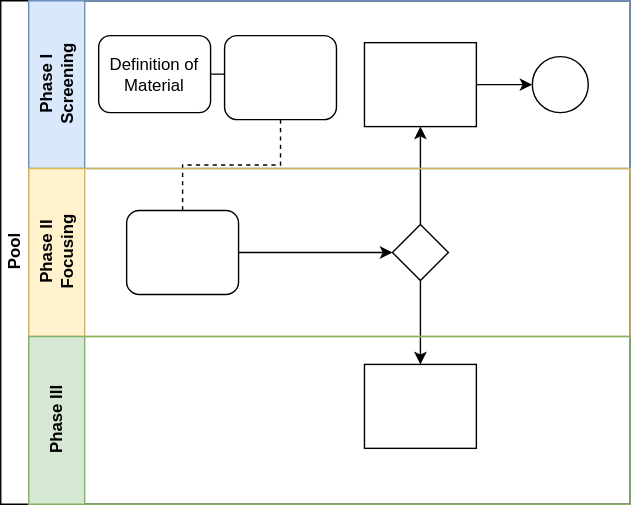
Before: Metodologies/Methodology-Univigo.svg, a diagram exported from draw.io (fabbiocrux/Figures). Source tidied: cells renumbered, new cells last; positions are measured from the earlier drawing's top-left corner, leaving out a move shared by most shapes.
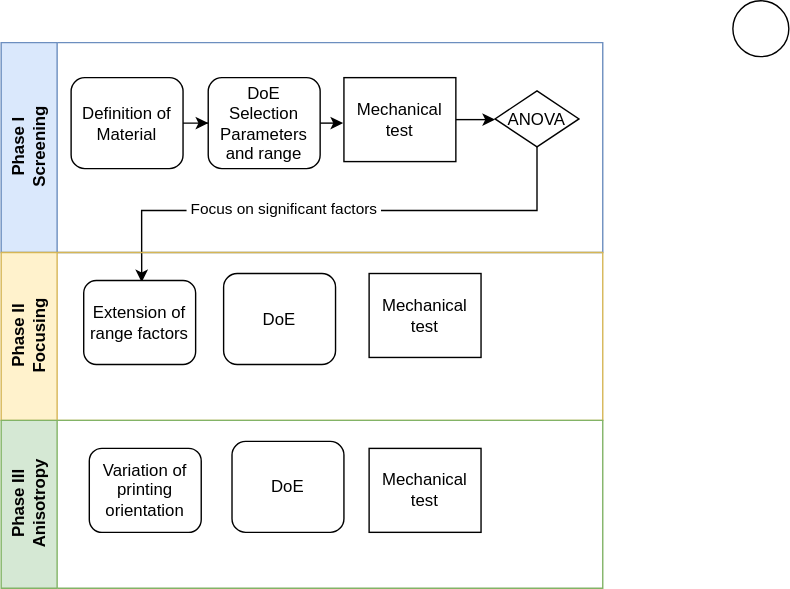
The same diagram one commit later.

Diff of the diagram source:
```diff
@@ -2,56 +2,67 @@
   <root>
     <mxCell id="0" />
     <mxCell id="1" parent="0" />
-    <mxCell id="2" value="Pool" style="swimlane;html=1;horizontal=0;startSize=20;" parent="1" vertex="1">
-      <mxGeometry width="450" height="360" as="geometry" />
-    </mxCell>
-    <mxCell id="3" style="edgeStyle=orthogonalEdgeStyle;rounded=0;jettySize=auto;html=1;dashed=1;endArrow=none;endFill=0;" parent="2" edge="1" source="9" target="15">
-      <mxGeometry relative="1" as="geometry" />
-    </mxCell>
-    <mxCell id="4" style="edgeStyle=orthogonalEdgeStyle;rounded=0;jettySize=auto;html=1;endArrow=classic;endFill=1;" parent="2" edge="1" source="16" target="11">
-      <mxGeometry relative="1" as="geometry" />
-    </mxCell>
-    <mxCell id="5" style="edgeStyle=orthogonalEdgeStyle;rounded=0;jettySize=auto;html=1;endArrow=classic;endFill=1;" parent="2" edge="1" source="16" target="18">
-      <mxGeometry relative="1" as="geometry" />
-    </mxCell>
+    <mxCell id="12" style="ellipse;whiteSpace=wrap;html=1;" parent="1" vertex="1">
+      <mxGeometry x="533" width="40" height="40" as="geometry" />
+    </mxCell>
-    <mxCell id="6" value="Phase I&lt;br&gt;Screening" style="swimlane;html=1;startSize=40;horizontal=0;fillColor=#dae8fc;strokeColor=#6c8ebf;" parent="2" vertex="1">
-      <mxGeometry x="20" width="430" height="120" as="geometry" />
+    <mxCell id="6" value="Phase I&lt;br&gt;Screening" style="swimlane;html=1;startSize=40;horizontal=0;fillColor=#dae8fc;strokeColor=#6c8ebf;rounded=0;shadow=0;sketch=0;glass=0;" parent="1" vertex="1">
+      <mxGeometry x="10" y="30" width="430" height="150" as="geometry" />
     </mxCell>
     <mxCell id="7" style="edgeStyle=orthogonalEdgeStyle;rounded=0;jettySize=auto;html=1;" parent="6" edge="1" source="8" target="9">
       <mxGeometry relative="1" as="geometry" />
     </mxCell>
     <mxCell id="8" value="Definition of Material" style="rounded=1;whiteSpace=wrap;html=1;" parent="6" vertex="1">
-      <mxGeometry x="50" y="25" width="80" height="55" as="geometry" />
+      <mxGeometry x="50" y="25" width="80" height="65" as="geometry" />
     </mxCell>
+    <mxCell id="19" style="edgeStyle=orthogonalEdgeStyle;rounded=0;jettySize=auto;html=1;exitX=1;exitY=0.5;exitDx=0;exitDy=0;entryX=-0.008;entryY=0.55;entryDx=0;entryDy=0;entryPerimeter=0;startArrow=none;startFill=0;endArrow=classic;endFill=1;" parent="6" edge="1" source="9" target="11">
+      <mxGeometry relative="1" as="geometry" />
+    </mxCell>
-    <mxCell id="9" style="rounded=1;whiteSpace=wrap;html=1;fontFamily=Helvetica;fontSize=12;fontColor=#000000;align=center;" parent="6" vertex="1">
-      <mxGeometry x="140" y="25" width="80" height="60" as="geometry" />
+    <mxCell id="9" value="DoE&lt;br&gt;Selection Parameters and range" style="rounded=1;whiteSpace=wrap;html=1;fontFamily=Helvetica;fontSize=12;fontColor=#000000;align=center;" parent="6" vertex="1">
+      <mxGeometry x="148" y="25" width="80" height="65" as="geometry" />
     </mxCell>
-    <mxCell id="10" style="edgeStyle=orthogonalEdgeStyle;rounded=0;jettySize=auto;html=1;endArrow=classic;endFill=1;" parent="6" edge="1" source="11" target="12">
-      <mxGeometry relative="1" as="geometry" />
-    </mxCell>
+    <mxCell id="20" style="edgeStyle=orthogonalEdgeStyle;rounded=0;jettySize=auto;html=1;exitX=1;exitY=0.5;exitDx=0;exitDy=0;entryX=0;entryY=0.5;entryDx=0;entryDy=0;startArrow=none;startFill=0;endArrow=classic;endFill=1;" parent="6" edge="1" source="11" target="16">
+      <mxGeometry relative="1" as="geometry" />
+    </mxCell>
-    <mxCell id="11" style="rounded=0;whiteSpace=wrap;html=1;fontFamily=Helvetica;fontSize=12;fontColor=#000000;align=center;" parent="6" vertex="1">
-      <mxGeometry x="240" y="30" width="80" height="60" as="geometry" />
+    <mxCell id="11" value="Mechanical test" style="rounded=0;whiteSpace=wrap;html=1;fontFamily=Helvetica;fontSize=12;fontColor=#000000;align=center;" parent="6" vertex="1">
+      <mxGeometry x="245" y="25" width="80" height="60" as="geometry" />
     </mxCell>
-    <mxCell id="12" style="ellipse;whiteSpace=wrap;html=1;" parent="6" vertex="1">
-      <mxGeometry x="360" y="40" width="40" height="40" as="geometry" />
-    </mxCell>
+    <mxCell id="16" value="ANOVA" style="rhombus;whiteSpace=wrap;html=1;fontFamily=Helvetica;fontSize=12;fontColor=#000000;align=center;" parent="6" vertex="1">
+      <mxGeometry x="353" y="34.5" width="60" height="40" as="geometry" />
+    </mxCell>
+    <mxCell id="14" style="edgeStyle=orthogonalEdgeStyle;rounded=0;jettySize=auto;html=1;endArrow=none;endFill=0;startArrow=classic;startFill=1;exitX=0.518;exitY=0.02;exitDx=0;exitDy=0;exitPerimeter=0;" parent="1" edge="1" source="15" target="16">
+      <mxGeometry relative="1" as="geometry">
+        <Array as="points">
+          <mxPoint x="110" y="150" />
+          <mxPoint x="393" y="150" />
+        </Array>
+      </mxGeometry>
+    </mxCell>
+    <mxCell id="21" value="&amp;nbsp;Focus on significant factors&amp;nbsp;" style="edgeLabel;html=1;align=center;verticalAlign=middle;" parent="14" vertex="1">
+      <mxGeometry x="-0.2" y="2" relative="1" as="geometry" />
+    </mxCell>
-    <mxCell id="13" value="Phase II&lt;br&gt;Focusing" style="swimlane;html=1;startSize=40;horizontal=0;fillColor=#fff2cc;strokeColor=#d6b656;" parent="2" vertex="1">
-      <mxGeometry x="20" y="120" width="430" height="120" as="geometry" />
+    <mxCell id="13" value="Phase II&lt;br&gt;Focusing" style="swimlane;html=1;startSize=40;horizontal=0;fillColor=#fff2cc;strokeColor=#d6b656;" parent="1" vertex="1">
+      <mxGeometry x="10" y="180" width="430" height="120" as="geometry" />
     </mxCell>
-    <mxCell id="14" style="edgeStyle=orthogonalEdgeStyle;rounded=0;jettySize=auto;html=1;endArrow=classic;endFill=1;" parent="13" edge="1" source="15" target="16">
-      <mxGeometry relative="1" as="geometry" />
-    </mxCell>
-    <mxCell id="15" style="rounded=1;whiteSpace=wrap;html=1;fontFamily=Helvetica;fontSize=12;fontColor=#000000;align=center;" parent="13" vertex="1">
-      <mxGeometry x="70" y="30" width="80" height="60" as="geometry" />
+    <mxCell id="15" value="Extension of range factors" style="rounded=1;whiteSpace=wrap;html=1;fontFamily=Helvetica;fontSize=12;fontColor=#000000;align=center;" parent="13" vertex="1">
+      <mxGeometry x="59" y="20" width="80" height="60" as="geometry" />
     </mxCell>
-    <mxCell id="16" style="rhombus;whiteSpace=wrap;html=1;fontFamily=Helvetica;fontSize=12;fontColor=#000000;align=center;" parent="13" vertex="1">
-      <mxGeometry x="260" y="40" width="40" height="40" as="geometry" />
-    </mxCell>
+    <mxCell id="22" value="DoE&lt;br&gt;" style="rounded=1;whiteSpace=wrap;html=1;fontFamily=Helvetica;fontSize=12;fontColor=#000000;align=center;" parent="13" vertex="1">
+      <mxGeometry x="159" y="15" width="80" height="65" as="geometry" />
+    </mxCell>
+    <mxCell id="23" value="Mechanical test" style="rounded=0;whiteSpace=wrap;html=1;fontFamily=Helvetica;fontSize=12;fontColor=#000000;align=center;" parent="13" vertex="1">
+      <mxGeometry x="263" y="15" width="80" height="60" as="geometry" />
+    </mxCell>
-    <mxCell id="17" value="Phase III" style="swimlane;html=1;startSize=40;horizontal=0;fillColor=#d5e8d4;strokeColor=#82b366;" parent="2" vertex="1">
-      <mxGeometry x="20" y="240" width="430" height="120" as="geometry" />
+    <mxCell id="17" value="Phase III&lt;br&gt;Anisotropy" style="swimlane;html=1;startSize=40;horizontal=0;fillColor=#d5e8d4;strokeColor=#82b366;" parent="1" vertex="1">
+      <mxGeometry x="10" y="300" width="430" height="120" as="geometry" />
     </mxCell>
-    <mxCell id="18" style="rounded=0;whiteSpace=wrap;html=1;fontFamily=Helvetica;fontSize=12;fontColor=#000000;align=center;" parent="17" vertex="1">
-      <mxGeometry x="240" y="20" width="80" height="60" as="geometry" />
+    <mxCell id="18" value="Mechanical test" style="rounded=0;whiteSpace=wrap;html=1;fontFamily=Helvetica;fontSize=12;fontColor=#000000;align=center;" parent="17" vertex="1">
+      <mxGeometry x="263" y="20" width="80" height="60" as="geometry" />
     </mxCell>
+    <mxCell id="24" value="DoE&lt;br&gt;" style="rounded=1;whiteSpace=wrap;html=1;fontFamily=Helvetica;fontSize=12;fontColor=#000000;align=center;" parent="17" vertex="1">
+      <mxGeometry x="165" y="15" width="80" height="65" as="geometry" />
+    </mxCell>
+    <mxCell id="25" value="Variation of printing orientation" style="rounded=1;whiteSpace=wrap;html=1;fontFamily=Helvetica;fontSize=12;fontColor=#000000;align=center;" parent="17" vertex="1">
+      <mxGeometry x="63" y="20" width="80" height="60" as="geometry" />
+    </mxCell>
   </root>
 </mxGraphModel>
```
